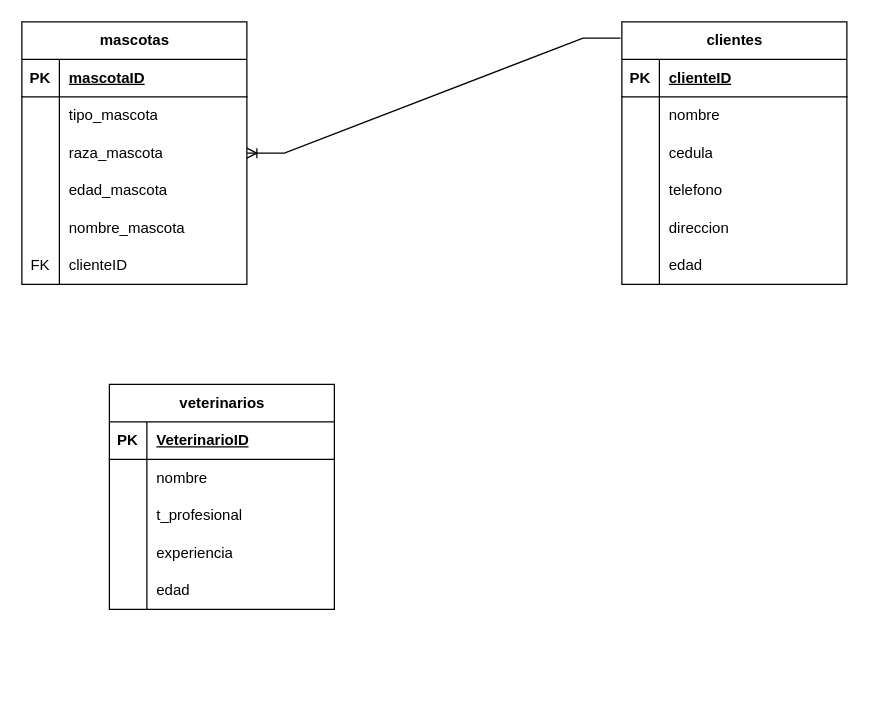
JeffreySuarez/DEV.F-01-BD keeps this draw.io diagram as Diagrama sin título.drawio. Above is the earlier version. Source tidied: cells renumbered, new cells numbered last; positions are measured from the earlier drawing's top-left corner, leaving out a move shared by most shapes. Both pictures are drawn from the tidied source at 125%, with x=0, y=0 at pixel (21, 21).
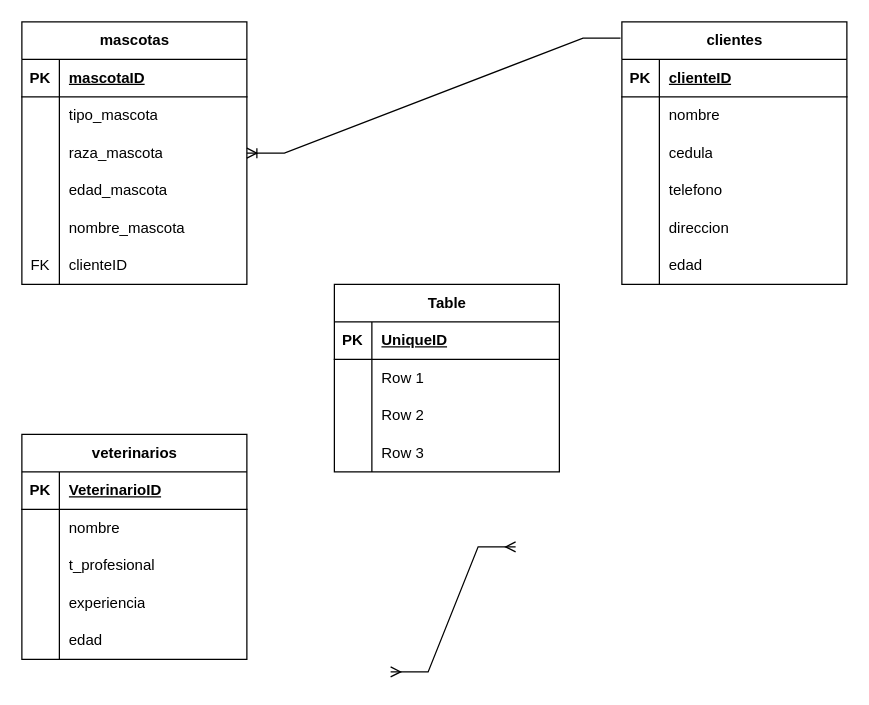
Above is the later version.

Change to the diagram source:
```diff
@@
     <mxCell id="40" value="veterinarios" style="shape=table;startSize=30;childLayout=tableLayout;rowLines=0;fontStyle=1;align=center;html=1;" parent="1" vertex="1">
-      <mxGeometry x="70" y="290" width="180" height="180" as="geometry" />
+      <mxGeometry y="330" width="180" height="180" as="geometry" />
     </mxCell>
@@
+    <mxCell id="57" style="edgeStyle=entityRelationEdgeStyle;fontSize=12;html=1;endArrow=ERmany;startArrow=ERmany;rounded=0;" parent="1" edge="1">
+      <mxGeometry relative="1" as="geometry">
+        <mxPoint x="295" y="520" as="sourcePoint" />
+        <mxPoint x="395" y="420" as="targetPoint" />
+      </mxGeometry>
+    </mxCell>
+    <mxCell id="58" value="Table" style="shape=table;startSize=30;childLayout=tableLayout;rowLines=0;fontStyle=1;align=center;html=1;" parent="1" vertex="1">
+      <mxGeometry x="250" y="210" width="180" height="150" as="geometry" />
+    </mxCell>
+    <mxCell id="59" style="shape=tableRow;horizontal=0;startSize=0;swimlaneHead=0;swimlaneBody=0;fillColor=none;top=0;left=0;right=0;bottom=1;" parent="58" vertex="1">
+      <mxGeometry y="30" width="180" height="30" as="geometry" />
+    </mxCell>
+    <mxCell id="60" value="PK" style="shape=partialRectangle;fillColor=none;top=0;left=0;bottom=0;right=0;fontStyle=1;overflow=hidden;whiteSpace=wrap;html=1;" parent="59" vertex="1">
+      <mxGeometry width="30" height="30" as="geometry" />
+    </mxCell>
+    <mxCell id="61" value="UniqueID" style="shape=partialRectangle;fillColor=none;top=0;left=0;bottom=0;right=0;align=left;spacingLeft=6;fontStyle=5;overflow=hidden;whiteSpace=wrap;html=1;" parent="59" vertex="1">
+      <mxGeometry x="30" width="150" height="30" as="geometry" />
+    </mxCell>
+    <mxCell id="62" style="shape=tableRow;horizontal=0;startSize=0;swimlaneHead=0;swimlaneBody=0;fillColor=none;top=0;left=0;right=0;bottom=0;" parent="58" vertex="1">
+      <mxGeometry y="60" width="180" height="30" as="geometry" />
+    </mxCell>
+    <mxCell id="63" style="shape=partialRectangle;fillColor=none;top=0;left=0;bottom=0;right=0;overflow=hidden;whiteSpace=wrap;html=1;" parent="62" vertex="1">
+      <mxGeometry width="30" height="30" as="geometry" />
+    </mxCell>
+    <mxCell id="64" value="Row 1" style="shape=partialRectangle;fillColor=none;top=0;left=0;bottom=0;right=0;align=left;spacingLeft=6;overflow=hidden;whiteSpace=wrap;html=1;" parent="62" vertex="1">
+      <mxGeometry x="30" width="150" height="30" as="geometry" />
+    </mxCell>
+    <mxCell id="65" style="shape=tableRow;horizontal=0;startSize=0;swimlaneHead=0;swimlaneBody=0;fillColor=none;top=0;left=0;right=0;bottom=0;" parent="58" vertex="1">
+      <mxGeometry y="90" width="180" height="30" as="geometry" />
+    </mxCell>
+    <mxCell id="66" style="shape=partialRectangle;fillColor=none;top=0;left=0;bottom=0;right=0;overflow=hidden;whiteSpace=wrap;html=1;" parent="65" vertex="1">
+      <mxGeometry width="30" height="30" as="geometry" />
+    </mxCell>
+    <mxCell id="67" value="Row 2" style="shape=partialRectangle;fillColor=none;top=0;left=0;bottom=0;right=0;align=left;spacingLeft=6;overflow=hidden;whiteSpace=wrap;html=1;" parent="65" vertex="1">
+      <mxGeometry x="30" width="150" height="30" as="geometry" />
+    </mxCell>
+    <mxCell id="68" style="shape=tableRow;horizontal=0;startSize=0;swimlaneHead=0;swimlaneBody=0;fillColor=none;top=0;left=0;right=0;bottom=0;" parent="58" vertex="1">
+      <mxGeometry y="120" width="180" height="30" as="geometry" />
+    </mxCell>
+    <mxCell id="69" style="shape=partialRectangle;fillColor=none;top=0;left=0;bottom=0;right=0;overflow=hidden;whiteSpace=wrap;html=1;" parent="68" vertex="1">
+      <mxGeometry width="30" height="30" as="geometry" />
+    </mxCell>
+    <mxCell id="70" value="Row 3" style="shape=partialRectangle;fillColor=none;top=0;left=0;bottom=0;right=0;align=left;spacingLeft=6;overflow=hidden;whiteSpace=wrap;html=1;" parent="68" vertex="1">
+      <mxGeometry x="30" width="150" height="30" as="geometry" />
+    </mxCell>
```
